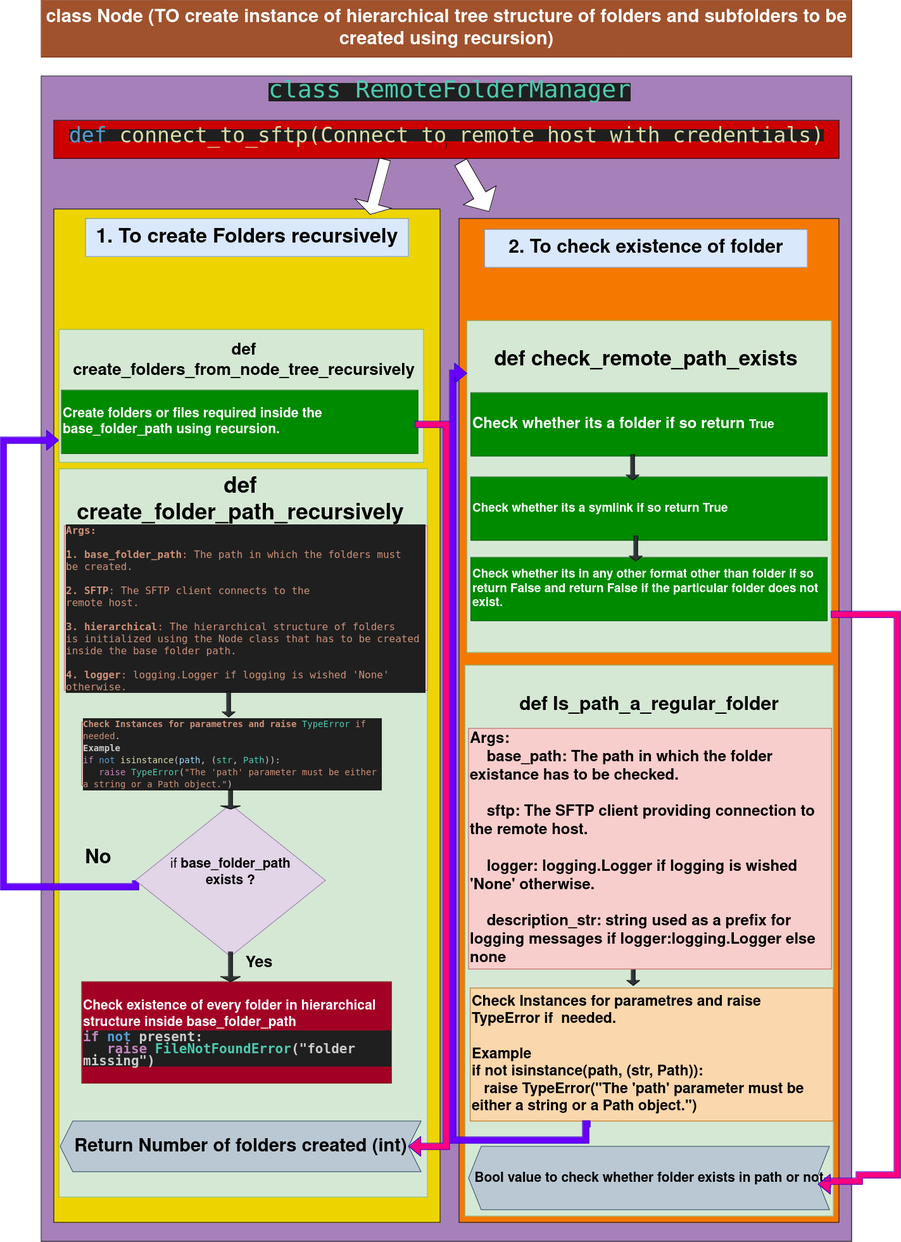
The draw.io diagram task.png in Antonyashik96/Codingtask, before a commit. Source tidied: cells renumbered, new cells last; positions are measured from the earlier drawing's top-left corner, leaving out a move shared by most shapes.
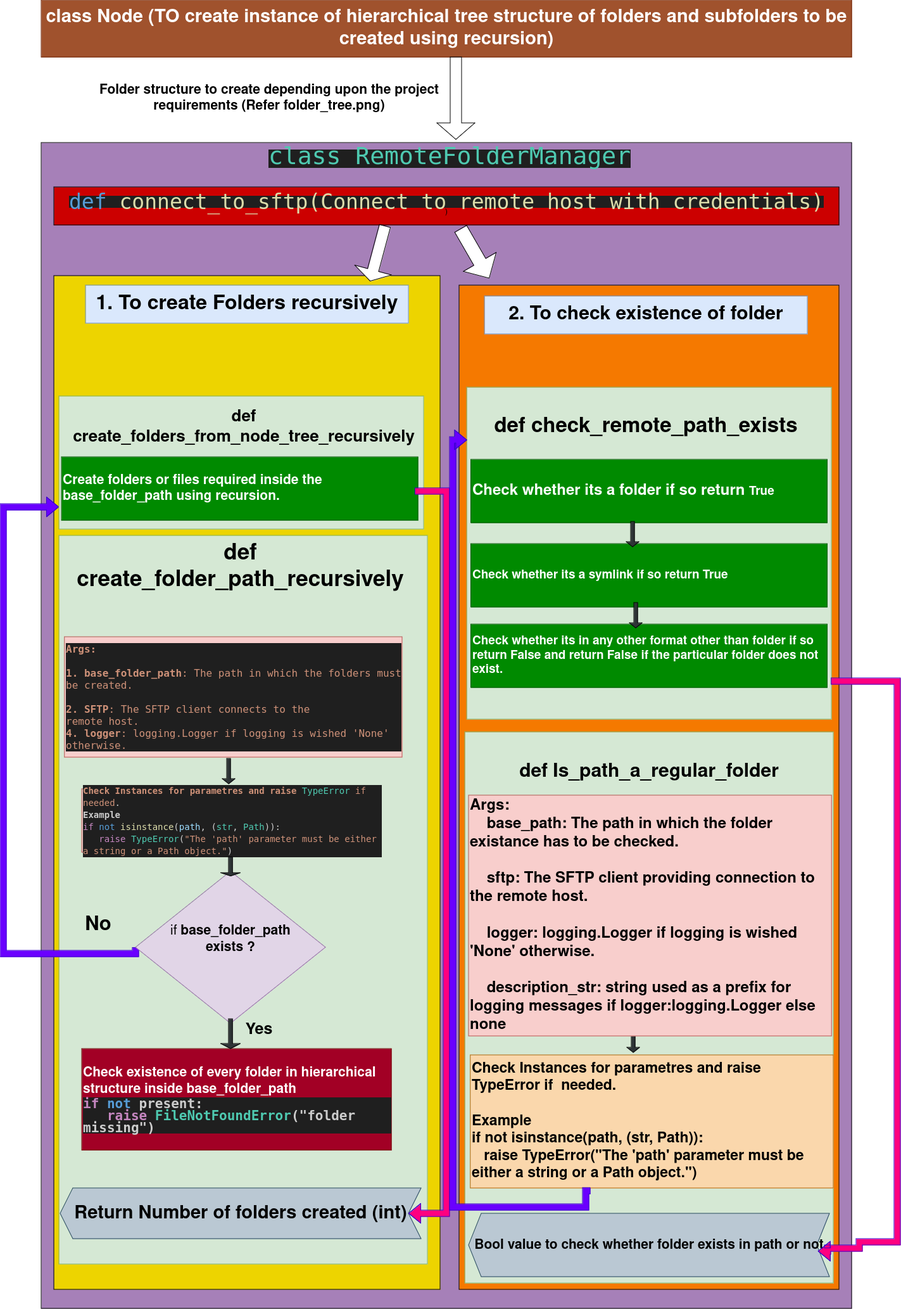
Later version of the same file.

What changed in the source:
```diff
@@ -3,7 +3,7 @@
     <mxCell id="0" />
     <mxCell id="1" parent="0" />
     <mxCell id="2" value="&lt;b style=&quot;font-size: 29px;&quot;&gt;class Node (TO create instance of hierarchical tree structure of folders and subfolders to be created using recursion) &lt;br&gt;&lt;/b&gt;" style="rounded=0;whiteSpace=wrap;html=1;fillColor=#a0522d;fontColor=#ffffff;strokeColor=#6D1F00;" parent="1" vertex="1">
-      <mxGeometry x="60" width="1280" height="90" as="geometry" />
+      <mxGeometry x="60" y="-105" width="1280" height="90" as="geometry" />
     </mxCell>
     <mxCell id="3" style="rounded=0;whiteSpace=wrap;html=1;fillColor=#A680B8;" parent="1" vertex="1">
       <mxGeometry x="60" y="120" width="1280" height="1840" as="geometry" />
@@ -29,8 +29,8 @@
     <mxCell id="10" value="&lt;div&gt;&lt;b&gt;&lt;font style=&quot;font-size: 30px;&quot;&gt;def create_folder_path_recursively&lt;/font&gt;&lt;/b&gt;&lt;/div&gt;&lt;div&gt;&lt;b&gt;&lt;font style=&quot;font-size: 30px;&quot;&gt;&lt;br&gt;&lt;/font&gt;&lt;/b&gt;&lt;/div&gt;&lt;div&gt;&lt;b&gt;&lt;font style=&quot;font-size: 30px;&quot;&gt;&lt;br&gt;&lt;/font&gt;&lt;/b&gt;&lt;/div&gt;&lt;div&gt;&lt;b&gt;&lt;font style=&quot;font-size: 30px;&quot;&gt;&lt;br&gt;&lt;/font&gt;&lt;/b&gt;&lt;/div&gt;&lt;div&gt;&lt;b&gt;&lt;font style=&quot;font-size: 30px;&quot;&gt;&lt;br&gt;&lt;/font&gt;&lt;/b&gt;&lt;/div&gt;&lt;div&gt;&lt;b&gt;&lt;font style=&quot;font-size: 30px;&quot;&gt;&lt;br&gt;&lt;/font&gt;&lt;/b&gt;&lt;/div&gt;&lt;div&gt;&lt;b&gt;&lt;font style=&quot;font-size: 30px;&quot;&gt;&lt;br&gt;&lt;/font&gt;&lt;/b&gt;&lt;/div&gt;&lt;div&gt;&lt;b&gt;&lt;font style=&quot;font-size: 30px;&quot;&gt;&lt;br&gt;&lt;/font&gt;&lt;/b&gt;&lt;/div&gt;&lt;div&gt;&lt;b&gt;&lt;font style=&quot;font-size: 30px;&quot;&gt;&lt;br&gt;&lt;/font&gt;&lt;/b&gt;&lt;/div&gt;&lt;div&gt;&lt;b&gt;&lt;font style=&quot;font-size: 30px;&quot;&gt;&lt;br&gt;&lt;/font&gt;&lt;/b&gt;&lt;/div&gt;&lt;div&gt;&lt;br&gt;&lt;/div&gt;&lt;div&gt;&lt;br&gt;&lt;/div&gt;&lt;div&gt;&lt;br&gt;&lt;/div&gt;&lt;div&gt;&lt;br&gt;&lt;/div&gt;&lt;div&gt;&lt;br&gt;&lt;/div&gt;&lt;div&gt;&lt;br&gt;&lt;/div&gt;&lt;div&gt;&lt;br&gt;&lt;/div&gt;&lt;div&gt;&lt;br&gt;&lt;/div&gt;&lt;div&gt;&lt;br&gt;&lt;/div&gt;&lt;div&gt;&lt;br&gt;&lt;/div&gt;&lt;div&gt;&lt;br&gt;&lt;/div&gt;&lt;div&gt;&lt;br&gt;&lt;/div&gt;&lt;div&gt;&lt;br&gt;&lt;/div&gt;&lt;div&gt;&lt;br&gt;&lt;/div&gt;&lt;div&gt;&lt;br&gt;&lt;/div&gt;&lt;div&gt;&lt;br&gt;&lt;/div&gt;&lt;div&gt;&lt;br&gt;&lt;/div&gt;&lt;div&gt;&lt;br&gt;&lt;/div&gt;&lt;div&gt;&lt;br&gt;&lt;/div&gt;&lt;div&gt;&lt;br&gt;&lt;/div&gt;&lt;div&gt;&lt;br&gt;&lt;/div&gt;&lt;div&gt;&lt;br&gt;&lt;/div&gt;&lt;div&gt;&lt;br&gt;&lt;/div&gt;&lt;div&gt;&lt;br&gt;&lt;/div&gt;&lt;div&gt;&lt;br&gt;&lt;/div&gt;&lt;div&gt;&lt;br&gt;&lt;/div&gt;&lt;div&gt;&lt;br&gt;&lt;/div&gt;&lt;div&gt;&lt;br&gt;&lt;/div&gt;&lt;div&gt;&lt;br&gt;&lt;/div&gt;" style="text;html=1;align=center;verticalAlign=middle;whiteSpace=wrap;rounded=0;fillColor=#d5e8d4;strokeColor=#82b366;" parent="1" vertex="1">
       <mxGeometry x="88" y="740" width="582" height="1150" as="geometry" />
     </mxCell>
-    <mxCell id="11" value="&lt;div align=&quot;left&quot; style=&quot;color: rgb(204, 204, 204); background-color: rgb(31, 31, 31); font-family: &amp;quot;Droid Sans Mono&amp;quot;, &amp;quot;monospace&amp;quot;, monospace; font-weight: normal; line-height: 19px; white-space: pre; font-size: 16px;&quot;&gt;&lt;div&gt;&lt;font style=&quot;font-size: 16px;&quot;&gt;&lt;span style=&quot;color: #ce9178;&quot;&gt;&lt;b&gt;Args:&lt;/b&gt;&lt;/span&gt;&lt;/font&gt;&lt;/div&gt;&lt;div&gt;&lt;font style=&quot;font-size: 16px;&quot;&gt;&lt;span style=&quot;color: #ce9178;&quot;&gt;&lt;b&gt;&lt;br&gt;&lt;/b&gt;&lt;/span&gt;&lt;/font&gt;&lt;/div&gt;&lt;div&gt;&lt;font style=&quot;font-size: 16px;&quot;&gt;&lt;span style=&quot;color: #ce9178;&quot;&gt;&lt;b&gt;1. base_folder_path&lt;/b&gt;: The path in which the folders must&lt;/span&gt;&lt;/font&gt;&lt;/div&gt;&lt;div&gt;&lt;font style=&quot;font-size: 16px;&quot;&gt;&lt;span style=&quot;color: #ce9178;&quot;&gt;be created.&lt;/span&gt;&lt;/font&gt;&lt;/div&gt;&lt;div&gt;&lt;font style=&quot;font-size: 16px;&quot;&gt;&lt;span style=&quot;color: #ce9178;&quot;&gt;&lt;br&gt;&lt;/span&gt;&lt;/font&gt;&lt;/div&gt;&lt;div&gt;&lt;font style=&quot;font-size: 16px;&quot;&gt;&lt;span style=&quot;color: #ce9178;&quot;&gt;&lt;b&gt;2. SFTP&lt;/b&gt;: The SFTP client connects to the &lt;/span&gt;&lt;/font&gt;&lt;/div&gt;&lt;div&gt;&lt;font style=&quot;font-size: 16px;&quot;&gt;&lt;span style=&quot;color: #ce9178;&quot;&gt;remote host.&lt;/span&gt;&lt;/font&gt;&lt;/div&gt;&lt;div&gt;&lt;font style=&quot;font-size: 16px;&quot;&gt;&lt;span style=&quot;color: #ce9178;&quot;&gt;&lt;br&gt;&lt;/span&gt;&lt;/font&gt;&lt;/div&gt;&lt;div&gt;&lt;font style=&quot;font-size: 16px;&quot;&gt;&lt;span style=&quot;color: #ce9178;&quot;&gt;&lt;b&gt;3. hierarchical&lt;/b&gt;: The hierarchical structure of folders &lt;/span&gt;&lt;/font&gt;&lt;/div&gt;&lt;div&gt;&lt;font style=&quot;font-size: 16px;&quot;&gt;&lt;span style=&quot;color: #ce9178;&quot;&gt;is initialized using the Node class that has to be created &lt;/span&gt;&lt;/font&gt;&lt;/div&gt;&lt;div&gt;&lt;font style=&quot;font-size: 16px;&quot;&gt;&lt;span style=&quot;color: #ce9178;&quot;&gt;inside the base folder path.&lt;/span&gt;&lt;/font&gt;&lt;/div&gt;&lt;div&gt;&lt;font style=&quot;font-size: 16px;&quot;&gt;&lt;span style=&quot;color: #ce9178;&quot;&gt; &lt;/span&gt;&lt;/font&gt;&lt;/div&gt;&lt;div&gt;&lt;font style=&quot;font-size: 16px;&quot;&gt;&lt;span style=&quot;color: #ce9178;&quot;&gt;&lt;b&gt;4. logger&lt;/b&gt;: logging.Logger if logging is wished 'None' &lt;/span&gt;&lt;/font&gt;&lt;/div&gt;&lt;div&gt;&lt;font style=&quot;font-size: 16px;&quot;&gt;&lt;span style=&quot;color: #ce9178;&quot;&gt;otherwise.&lt;/span&gt;&lt;/font&gt;&lt;/div&gt;&lt;/div&gt;" style="text;html=1;align=left;verticalAlign=middle;whiteSpace=wrap;rounded=0;fillColor=#f8cecc;strokeColor=#b85450;" parent="1" vertex="1">
-      <mxGeometry x="96.8" y="830" width="573.2" height="260" as="geometry" />
+    <mxCell id="11" value="&lt;div align=&quot;left&quot; style=&quot;color: rgb(204, 204, 204); background-color: rgb(31, 31, 31); font-family: &amp;quot;Droid Sans Mono&amp;quot;, &amp;quot;monospace&amp;quot;, monospace; font-weight: normal; line-height: 19px; white-space: pre; font-size: 16px;&quot;&gt;&lt;div&gt;&lt;font style=&quot;font-size: 16px;&quot;&gt;&lt;span style=&quot;color: #ce9178;&quot;&gt;&lt;b&gt;Args:&lt;/b&gt;&lt;/span&gt;&lt;/font&gt;&lt;/div&gt;&lt;div&gt;&lt;font style=&quot;font-size: 16px;&quot;&gt;&lt;span style=&quot;color: #ce9178;&quot;&gt;&lt;b&gt;&lt;br&gt;&lt;/b&gt;&lt;/span&gt;&lt;/font&gt;&lt;/div&gt;&lt;div&gt;&lt;font style=&quot;font-size: 16px;&quot;&gt;&lt;span style=&quot;color: #ce9178;&quot;&gt;&lt;b&gt;1. base_folder_path&lt;/b&gt;: The path in which the folders must&lt;/span&gt;&lt;/font&gt;&lt;/div&gt;&lt;div&gt;&lt;font style=&quot;font-size: 16px;&quot;&gt;&lt;span style=&quot;color: #ce9178;&quot;&gt;be created.&lt;/span&gt;&lt;/font&gt;&lt;/div&gt;&lt;div&gt;&lt;font style=&quot;font-size: 16px;&quot;&gt;&lt;span style=&quot;color: #ce9178;&quot;&gt;&lt;br&gt;&lt;/span&gt;&lt;/font&gt;&lt;/div&gt;&lt;div&gt;&lt;font style=&quot;font-size: 16px;&quot;&gt;&lt;span style=&quot;color: #ce9178;&quot;&gt;&lt;b&gt;2. SFTP&lt;/b&gt;: The SFTP client connects to the &lt;/span&gt;&lt;/font&gt;&lt;/div&gt;&lt;div&gt;&lt;font style=&quot;font-size: 16px;&quot;&gt;&lt;span style=&quot;color: #ce9178;&quot;&gt;remote host. &lt;/span&gt;&lt;/font&gt;&lt;/div&gt;&lt;div&gt;&lt;font style=&quot;font-size: 16px;&quot;&gt;&lt;span style=&quot;color: #ce9178;&quot;&gt;&lt;b&gt;4. logger&lt;/b&gt;: logging.Logger if logging is wished 'None' &lt;/span&gt;&lt;/font&gt;&lt;/div&gt;&lt;div&gt;&lt;font style=&quot;font-size: 16px;&quot;&gt;&lt;span style=&quot;color: #ce9178;&quot;&gt;otherwise.&lt;/span&gt;&lt;/font&gt;&lt;/div&gt;&lt;/div&gt;" style="text;html=1;align=left;verticalAlign=middle;whiteSpace=wrap;rounded=0;fillColor=#f8cecc;strokeColor=#b85450;" parent="1" vertex="1">
+      <mxGeometry x="96.8" y="900" width="533.2" height="190" as="geometry" />
     </mxCell>
     <mxCell id="12" value="&lt;div align=&quot;left&quot; style=&quot;color: #cccccc;background-color: #1f1f1f;font-family: 'Droid Sans Mono', 'monospace', monospace;font-weight: normal;font-size: 14px;line-height: 19px;white-space: pre;&quot;&gt;&lt;div&gt;&lt;span style=&quot;color: #ce9178;&quot;&gt;&lt;b&gt;Check Instances for parametres and raise &lt;/b&gt;&lt;/span&gt;&lt;span style=&quot;color: #cccccc;&quot;&gt;&lt;/span&gt;&lt;span style=&quot;color: #4ec9b0;&quot;&gt;TypeError&lt;/span&gt;&lt;span style=&quot;color: #cccccc;&quot;&gt; &lt;/span&gt;&lt;span style=&quot;color: #ce9178;&quot;&gt;if &lt;/span&gt;&lt;/div&gt;&lt;div&gt;&lt;span style=&quot;color: #ce9178;&quot;&gt;needed&lt;/span&gt;&lt;span style=&quot;color: #cccccc;&quot;&gt;.&lt;/span&gt;&lt;div style=&quot;color: #cccccc;background-color: #1f1f1f;font-family: 'Droid Sans Mono', 'monospace', monospace;font-weight: normal;font-size: 14px;line-height: 19px;white-space: pre;&quot;&gt;&lt;div&gt;&lt;span style=&quot;color: #cccccc;&quot;&gt;&lt;b&gt;Example&lt;/b&gt; &lt;/span&gt;&lt;span style=&quot;color: #cccccc;&quot;&gt;   &lt;/span&gt;&lt;div style=&quot;color: #cccccc;background-color: #1f1f1f;font-family: 'Droid Sans Mono', 'monospace', monospace;font-weight: normal;font-size: 14px;line-height: 19px;white-space: pre;&quot;&gt;&lt;div&gt;&lt;span style=&quot;color: #c586c0;&quot;&gt;if&lt;/span&gt;&lt;span style=&quot;color: #cccccc;&quot;&gt; &lt;/span&gt;&lt;span style=&quot;color: #569cd6;&quot;&gt;not&lt;/span&gt;&lt;span style=&quot;color: #cccccc;&quot;&gt; &lt;/span&gt;&lt;span style=&quot;color: #dcdcaa;&quot;&gt;isinstance&lt;/span&gt;&lt;span style=&quot;color: #cccccc;&quot;&gt;(&lt;/span&gt;&lt;span style=&quot;color: #9cdcfe;&quot;&gt;path&lt;/span&gt;&lt;span style=&quot;color: #cccccc;&quot;&gt;, (&lt;/span&gt;&lt;span style=&quot;color: #4ec9b0;&quot;&gt;str&lt;/span&gt;&lt;span style=&quot;color: #cccccc;&quot;&gt;, &lt;/span&gt;&lt;span style=&quot;color: #4ec9b0;&quot;&gt;Path&lt;/span&gt;&lt;span style=&quot;color: #cccccc;&quot;&gt;)):&lt;/span&gt;&lt;/div&gt;&lt;div&gt;&lt;span style=&quot;color: #cccccc;&quot;&gt;   &lt;/span&gt;&lt;span style=&quot;color: #c586c0;&quot;&gt;raise&lt;/span&gt;&lt;span style=&quot;color: #cccccc;&quot;&gt; &lt;/span&gt;&lt;span style=&quot;color: #4ec9b0;&quot;&gt;TypeError&lt;/span&gt;&lt;span style=&quot;color: #cccccc;&quot;&gt;(&lt;/span&gt;&lt;span style=&quot;color: #ce9178;&quot;&gt;&quot;The 'path' parameter must be either &lt;/span&gt;&lt;/div&gt;&lt;div&gt;&lt;span style=&quot;color: #ce9178;&quot;&gt;a string or a Path object.&quot;&lt;/span&gt;&lt;span style=&quot;color: #cccccc;&quot;&gt;) &lt;/span&gt;&lt;/div&gt;&lt;/div&gt;&lt;/div&gt;&lt;/div&gt;&lt;/div&gt;&lt;/div&gt;" style="text;html=1;align=left;verticalAlign=middle;whiteSpace=wrap;rounded=0;fillColor=#f8cecc;strokeColor=#b85450;" parent="1" vertex="1">
       <mxGeometry x="124" y="1140" width="470" height="100" as="geometry" />
@@ -154,5 +154,11 @@
     <mxCell id="42" style="shape=singleArrow;direction=west;whiteSpace=wrap;html=1;rotation=-90;strokeColor=#000000;fillColor=#2e3436;" parent="1" vertex="1">
       <mxGeometry x="979" y="856" width="40" height="20" as="geometry" />
     </mxCell>
+    <mxCell id="43" style="shape=singleArrow;direction=west;whiteSpace=wrap;html=1;rotation=-90;" parent="1" vertex="1">
+      <mxGeometry x="650" y="20" width="130" height="60" as="geometry" />
+    </mxCell>
+    <mxCell id="44" value="&lt;b&gt;&lt;font style=&quot;font-size: 21px;&quot;&gt;Folder structure to create depending upon the project requirements (Refer folder_tree.png)&lt;/font&gt;&lt;/b&gt;" style="text;html=1;align=center;verticalAlign=middle;whiteSpace=wrap;rounded=0;" parent="1" vertex="1">
+      <mxGeometry x="150" y="20" width="540" height="60" as="geometry" />
+    </mxCell>
   </root>
 </mxGraphModel>
```
